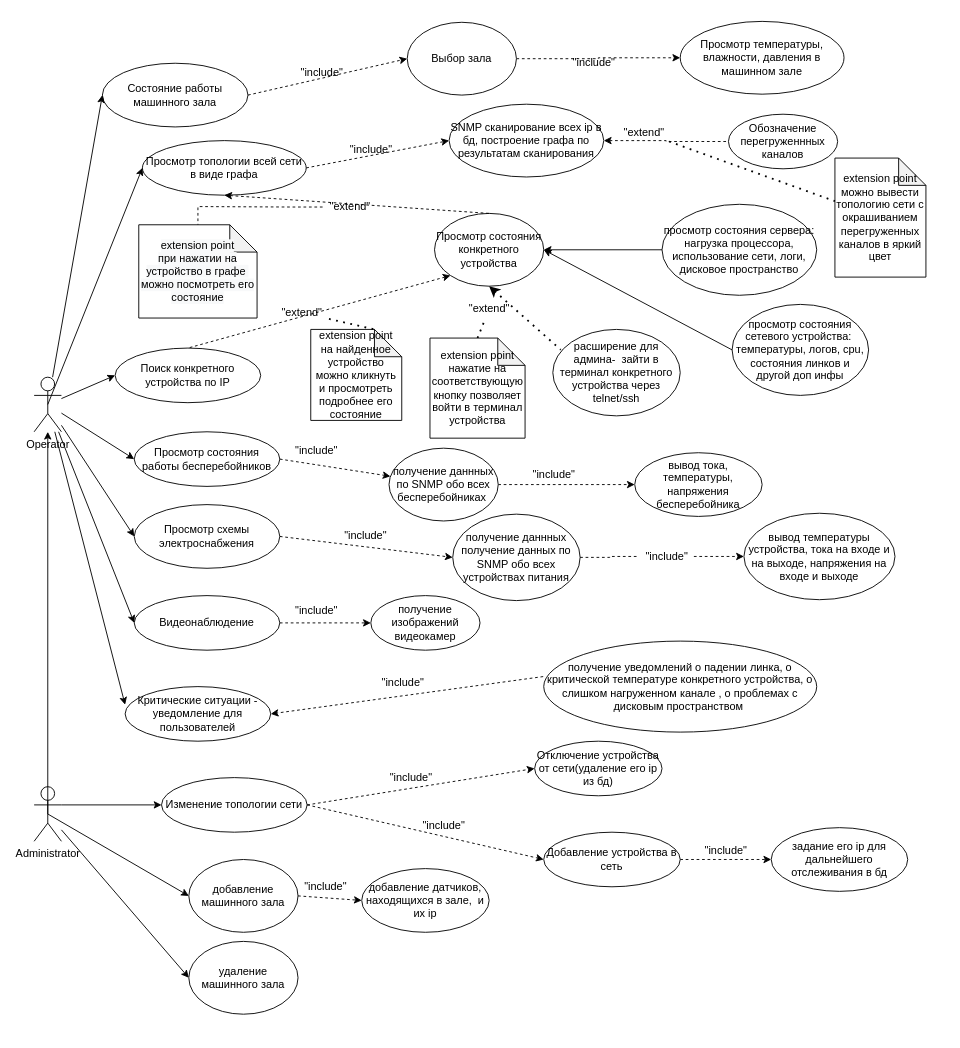
This is Untitled Diagram.drawio from sophiiako/unik, a draw.io file, before an edit. Source tidied: cells renumbered, new cells numbered last; positions are measured from the earlier drawing's top-left corner, leaving out a move shared by most shapes. Both pictures are drawn from the tidied source at 91%, with x=0, y=0 at pixel (34, 21).
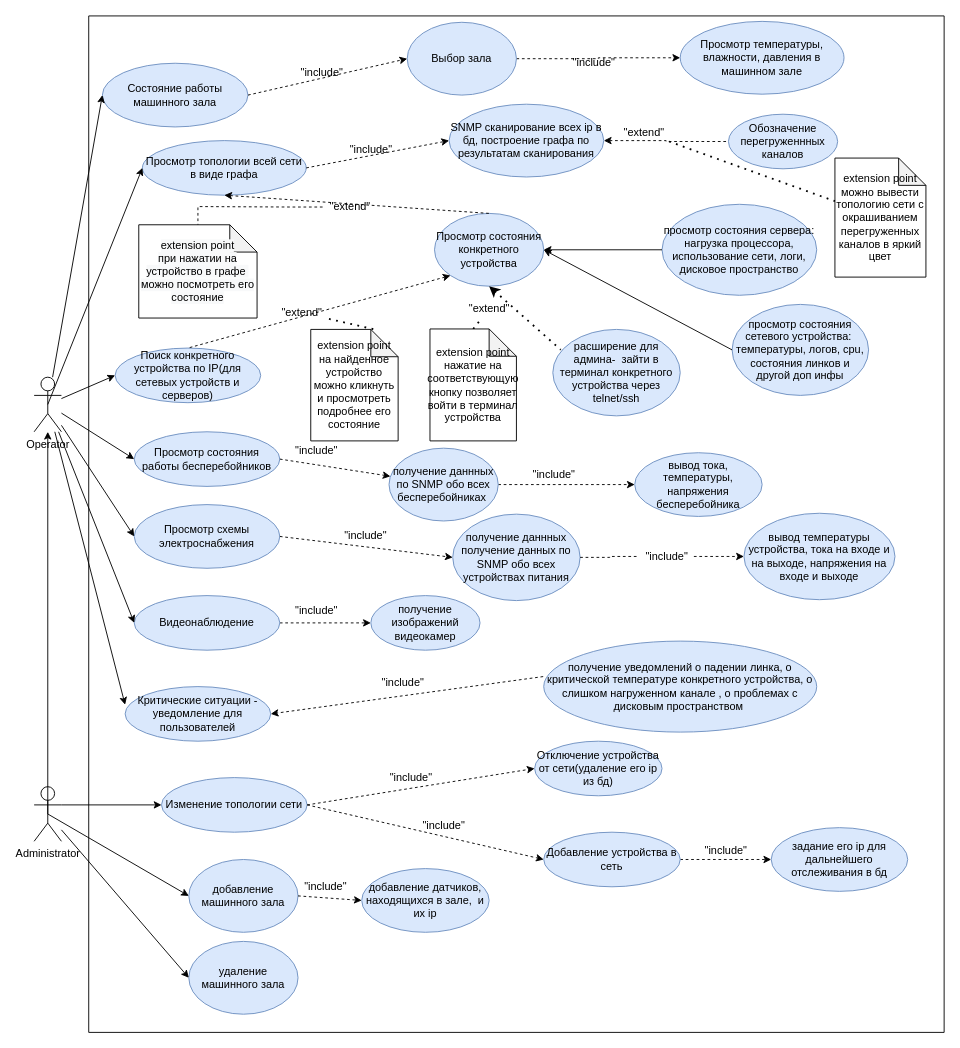
After the change.

Change to the diagram source:
```diff
@@
-    <mxCell id="3" value="Просмотр температуры, влажности, давления в машинном зале" style="ellipse;whiteSpace=wrap;html=1;" parent="1" vertex="1">
+    <mxCell id="3" value="Просмотр температуры, влажности, давления в машинном зале" style="ellipse;whiteSpace=wrap;html=1;fillColor=#dae8fc;strokeColor=#6c8ebf;" parent="1" vertex="1">
       <mxGeometry x="710" width="180" height="80" as="geometry" />
     </mxCell>
-    <mxCell id="4" value="Просмотр топологии всей сети в виде графа" style="ellipse;whiteSpace=wrap;html=1;" parent="1" vertex="1">
+    <mxCell id="4" value="Просмотр топологии всей сети в виде графа" style="ellipse;whiteSpace=wrap;html=1;fillColor=#dae8fc;strokeColor=#6c8ebf;" parent="1" vertex="1">
       <mxGeometry x="119" y="131" width="180" height="60" as="geometry" />
     </mxCell>
-    <mxCell id="5" value="Критические ситуации - уведомление для пользователей" style="ellipse;whiteSpace=wrap;html=1;" parent="1" vertex="1">
+    <mxCell id="5" value="Критические ситуации - уведомление для пользователей" style="ellipse;whiteSpace=wrap;html=1;fillColor=#dae8fc;strokeColor=#6c8ebf;" parent="1" vertex="1">
       <mxGeometry x="100" y="731" width="160" height="60" as="geometry" />
     </mxCell>
-    <mxCell id="6" value="Просмотр схемы электроснабжения" style="ellipse;whiteSpace=wrap;html=1;" parent="1" vertex="1">
+    <mxCell id="6" value="Просмотр схемы электроснабжения" style="ellipse;whiteSpace=wrap;html=1;fillColor=#dae8fc;strokeColor=#6c8ebf;" parent="1" vertex="1">
       <mxGeometry x="110" y="531" width="160" height="70" as="geometry" />
     </mxCell>
-    <mxCell id="7" value="Просмотр состояния работы бесперебойников" style="ellipse;whiteSpace=wrap;html=1;" parent="1" vertex="1">
+    <mxCell id="7" value="Просмотр состояния работы бесперебойников" style="ellipse;whiteSpace=wrap;html=1;fillColor=#dae8fc;strokeColor=#6c8ebf;" parent="1" vertex="1">
       <mxGeometry x="110" y="451" width="160" height="60" as="geometry" />
     </mxCell>
-    <mxCell id="8" value="Просмотр состояния конкретного устройства" style="ellipse;whiteSpace=wrap;html=1;" parent="1" vertex="1">
+    <mxCell id="8" value="Просмотр состояния конкретного устройства" style="ellipse;whiteSpace=wrap;html=1;fillColor=#dae8fc;strokeColor=#6c8ebf;" parent="1" vertex="1">
       <mxGeometry x="440" y="211" width="120" height="80" as="geometry" />
     </mxCell>
@@
-    <mxCell id="10" value="Видеонаблюдение" style="ellipse;whiteSpace=wrap;html=1;" parent="1" vertex="1">
+    <mxCell id="10" value="Видеонаблюдение" style="ellipse;whiteSpace=wrap;html=1;fillColor=#dae8fc;strokeColor=#6c8ebf;" parent="1" vertex="1">
       <mxGeometry x="110" y="631" width="160" height="60" as="geometry" />
     </mxCell>
-    <mxCell id="11" value="Обозначение перегруженнных каналов" style="ellipse;whiteSpace=wrap;html=1;" parent="1" vertex="1">
+    <mxCell id="11" value="Обозначение перегруженнных каналов" style="ellipse;whiteSpace=wrap;html=1;fillColor=#dae8fc;strokeColor=#6c8ebf;" parent="1" vertex="1">
       <mxGeometry x="763" y="102" width="120" height="60" as="geometry" />
     </mxCell>
@@
-    <mxCell id="14" value="Состояние работы машинного зала" style="ellipse;whiteSpace=wrap;html=1;" parent="1" vertex="1">
+    <mxCell id="14" value="Состояние работы машинного зала" style="ellipse;whiteSpace=wrap;html=1;fillColor=#dae8fc;strokeColor=#6c8ebf;" parent="1" vertex="1">
       <mxGeometry x="75" y="46" width="160" height="70" as="geometry" />
     </mxCell>
-    <mxCell id="15" value="Поиск конкретного устройства по IP" style="ellipse;whiteSpace=wrap;html=1;" parent="1" vertex="1">
+    <mxCell id="15" value="Поиск конкретного устройства по IP(для сетевых устройств и серверов)" style="ellipse;whiteSpace=wrap;html=1;fillColor=#dae8fc;strokeColor=#6c8ebf;" parent="1" vertex="1">
       <mxGeometry x="89" y="359" width="160" height="60" as="geometry" />
     </mxCell>
-    <mxCell id="16" value="Изменение топологии сети" style="ellipse;whiteSpace=wrap;html=1;" parent="1" vertex="1">
+    <mxCell id="16" value="Изменение топологии сети" style="ellipse;whiteSpace=wrap;html=1;fillColor=#dae8fc;strokeColor=#6c8ebf;" parent="1" vertex="1">
       <mxGeometry x="140" y="831" width="160" height="60" as="geometry" />
     </mxCell>
-    <mxCell id="17" value="Отключение устройства от сети(удаление его ip из бд)" style="ellipse;whiteSpace=wrap;html=1;" parent="1" vertex="1">
+    <mxCell id="17" value="Отключение устройства от сети(удаление его ip из бд)" style="ellipse;whiteSpace=wrap;html=1;fillColor=#dae8fc;strokeColor=#6c8ebf;" parent="1" vertex="1">
       <mxGeometry x="550" y="791" width="140" height="60" as="geometry" />
     </mxCell>
@@
-    <mxCell id="19" value="Добавление устройства в сеть" style="ellipse;whiteSpace=wrap;html=1;" parent="1" vertex="1">
+    <mxCell id="19" value="Добавление устройства в сеть" style="ellipse;whiteSpace=wrap;html=1;fillColor=#dae8fc;strokeColor=#6c8ebf;" parent="1" vertex="1">
       <mxGeometry x="560" y="891" width="150" height="60" as="geometry" />
     </mxCell>
@@
-    <mxCell id="29" value="получение даннных получение данных по SNMP обо всех устройствах питания" style="ellipse;whiteSpace=wrap;html=1;" parent="1" vertex="1">
+    <mxCell id="29" value="получение даннных получение данных по SNMP обо всех устройствах питания" style="ellipse;whiteSpace=wrap;html=1;fillColor=#dae8fc;strokeColor=#6c8ebf;" parent="1" vertex="1">
       <mxGeometry x="460" y="541.5" width="140" height="95" as="geometry" />
     </mxCell>
@@
-    <mxCell id="31" value="получение даннных по SNMP обо всех бесперебойниках&amp;nbsp;" style="ellipse;whiteSpace=wrap;html=1;" parent="1" vertex="1">
+    <mxCell id="31" value="получение даннных по SNMP обо всех бесперебойниках&amp;nbsp;" style="ellipse;whiteSpace=wrap;html=1;fillColor=#dae8fc;strokeColor=#6c8ebf;" parent="1" vertex="1">
       <mxGeometry x="390" y="469" width="120" height="80" as="geometry" />
     </mxCell>
@@
-    <mxCell id="33" value="Выбор зала" style="ellipse;whiteSpace=wrap;html=1;" parent="1" vertex="1">
+    <mxCell id="33" value="Выбор зала" style="ellipse;whiteSpace=wrap;html=1;fillColor=#dae8fc;strokeColor=#6c8ebf;" parent="1" vertex="1">
       <mxGeometry x="410" y="1" width="120" height="80" as="geometry" />
     </mxCell>
@@
-    <mxCell id="35" value="SNMP сканирование всех ip в бд, построение графа по результатам сканирования" style="ellipse;whiteSpace=wrap;html=1;" parent="1" vertex="1">
+    <mxCell id="35" value="SNMP сканирование всех ip в бд, построение графа по результатам сканирования" style="ellipse;whiteSpace=wrap;html=1;fillColor=#dae8fc;strokeColor=#6c8ebf;" parent="1" vertex="1">
       <mxGeometry x="456" y="91" width="170" height="80" as="geometry" />
     </mxCell>
-    <mxCell id="36" value="просмотр состояния сетевого устройства:&amp;nbsp; температуры, логов, cpu, состояния линков и другой доп инфы" style="ellipse;whiteSpace=wrap;html=1;" parent="1" vertex="1">
+    <mxCell id="36" value="просмотр состояния сетевого устройства:&amp;nbsp; температуры, логов, cpu, состояния линков и другой доп инфы" style="ellipse;whiteSpace=wrap;html=1;fillColor=#dae8fc;strokeColor=#6c8ebf;" parent="1" vertex="1">
       <mxGeometry x="767" y="311" width="150" height="100" as="geometry" />
     </mxCell>
-    <mxCell id="37" value="получение изображений видеокамер" style="ellipse;whiteSpace=wrap;html=1;" parent="1" vertex="1">
+    <mxCell id="37" value="получение изображений видеокамер" style="ellipse;whiteSpace=wrap;html=1;fillColor=#dae8fc;strokeColor=#6c8ebf;" parent="1" vertex="1">
       <mxGeometry x="370" y="631" width="120" height="60" as="geometry" />
     </mxCell>
-    <mxCell id="38" value="получение уведомлений о падении линка, о критической температуре конкретного устройства, о слишком нагруженном канале , о проблемах с дисковым пространством&amp;nbsp;" style="ellipse;whiteSpace=wrap;html=1;" parent="1" vertex="1">
+    <mxCell id="38" value="получение уведомлений о падении линка, о критической температуре конкретного устройства, о слишком нагруженном канале , о проблемах с дисковым пространством&amp;nbsp;" style="ellipse;whiteSpace=wrap;html=1;fillColor=#dae8fc;strokeColor=#6c8ebf;" parent="1" vertex="1">
       <mxGeometry x="560" y="681" width="300" height="100" as="geometry" />
     </mxCell>
@@
-    <mxCell id="41" value="расширение для админа-&amp;nbsp; зайти в терминал конкретного устройства через telnet/ssh" style="ellipse;whiteSpace=wrap;html=1;" parent="1" vertex="1">
+    <mxCell id="41" value="расширение для админа-&amp;nbsp; зайти в терминал конкретного устройства через telnet/ssh" style="ellipse;whiteSpace=wrap;html=1;fillColor=#dae8fc;strokeColor=#6c8ebf;" parent="1" vertex="1">
       <mxGeometry x="570" y="338.5" width="140" height="95" as="geometry" />
     </mxCell>
-    <mxCell id="42" value="задание его ip для дальнейшего отслеживания в бд" style="ellipse;whiteSpace=wrap;html=1;" parent="1" vertex="1">
+    <mxCell id="42" value="задание его ip для дальнейшего отслеживания в бд" style="ellipse;whiteSpace=wrap;html=1;fillColor=#dae8fc;strokeColor=#6c8ebf;" parent="1" vertex="1">
       <mxGeometry x="810" y="886" width="150" height="70" as="geometry" />
     </mxCell>
-    <mxCell id="43" value="просмотр состояния сервера: нагрузка процессора, использование сети, логи, дисковое пространство" style="ellipse;whiteSpace=wrap;html=1;" parent="1" vertex="1">
+    <mxCell id="43" value="просмотр состояния сервера: нагрузка процессора, использование сети, логи, дисковое пространство" style="ellipse;whiteSpace=wrap;html=1;fillColor=#dae8fc;strokeColor=#6c8ebf;" parent="1" vertex="1">
       <mxGeometry x="690" y="201" width="170" height="100" as="geometry" />
     </mxCell>
-    <mxCell id="44" value="добавление машинного зала" style="ellipse;whiteSpace=wrap;html=1;" parent="1" vertex="1">
+    <mxCell id="44" value="добавление машинного зала" style="ellipse;whiteSpace=wrap;html=1;fillColor=#dae8fc;strokeColor=#6c8ebf;" parent="1" vertex="1">
       <mxGeometry x="170" y="921" width="120" height="80" as="geometry" />
     </mxCell>
-    <mxCell id="45" value="удаление машинного зала" style="ellipse;whiteSpace=wrap;html=1;" parent="1" vertex="1">
+    <mxCell id="45" value="удаление машинного зала" style="ellipse;whiteSpace=wrap;html=1;fillColor=#dae8fc;strokeColor=#6c8ebf;" parent="1" vertex="1">
       <mxGeometry x="170" y="1011" width="120" height="80" as="geometry" />
     </mxCell>
-    <mxCell id="46" value="добавление датчиков, находящихся в зале,&amp;nbsp; и их ip" style="ellipse;whiteSpace=wrap;html=1;" parent="1" vertex="1">
+    <mxCell id="46" value="добавление датчиков, находящихся в зале,&amp;nbsp; и их ip" style="ellipse;whiteSpace=wrap;html=1;fillColor=#dae8fc;strokeColor=#6c8ebf;" parent="1" vertex="1">
       <mxGeometry x="360" y="931" width="140" height="70" as="geometry" />
     </mxCell>
-    <mxCell id="47" value="вывод тока, температуры, напряжения бесперебойника" style="ellipse;whiteSpace=wrap;html=1;" parent="1" vertex="1">
+    <mxCell id="47" value="вывод тока, температуры, напряжения бесперебойника" style="ellipse;whiteSpace=wrap;html=1;fillColor=#dae8fc;strokeColor=#6c8ebf;" parent="1" vertex="1">
       <mxGeometry x="660" y="474" width="140" height="70" as="geometry" />
     </mxCell>
-    <mxCell id="48" value="вывод температуры устройства, тока на входе и на выходе, напряжения на входе и выходе" style="ellipse;whiteSpace=wrap;html=1;" parent="1" vertex="1">
+    <mxCell id="48" value="вывод температуры устройства, тока на входе и на выходе, напряжения на входе и выходе" style="ellipse;whiteSpace=wrap;html=1;fillColor=#dae8fc;strokeColor=#6c8ebf;" parent="1" vertex="1">
       <mxGeometry x="780" y="540.5" width="166" height="95" as="geometry" />
     </mxCell>
@@
-    <mxCell id="81" value="extension point&lt;br&gt;нажатие на соответствующую кнопку позволяет войти в терминал устройства" style="shape=note;whiteSpace=wrap;html=1;backgroundOutline=1;darkOpacity=0.05;" parent="1" vertex="1">
-      <mxGeometry x="435" y="348" width="104.5" height="110" as="geometry" />
-    </mxCell>
     <mxCell id="82" value="extension point&lt;br&gt;на найденное устройство можно кликнуть и просмотреть подробнее его состояние" style="shape=note;whiteSpace=wrap;html=1;backgroundOutline=1;darkOpacity=0.05;" parent="1" vertex="1">
-      <mxGeometry x="304" y="338.5" width="100" height="100" as="geometry" />
+      <mxGeometry x="304" y="338.5" width="96" height="122.5" as="geometry" />
     </mxCell>
@@
+    <mxCell id="88" style="swimlane;startSize=0;" parent="1" vertex="1">
+      <mxGeometry x="60" y="-6" width="940" height="1117" as="geometry" />
+    </mxCell>
+    <mxCell id="81" value="extension point&lt;br&gt;нажатие на соответствующую кнопку позволяет войти в терминал устройства" style="shape=note;whiteSpace=wrap;html=1;backgroundOutline=1;darkOpacity=0.05;" parent="88" vertex="1">
+      <mxGeometry x="375" y="344" width="95" height="123" as="geometry" />
+    </mxCell>
```
